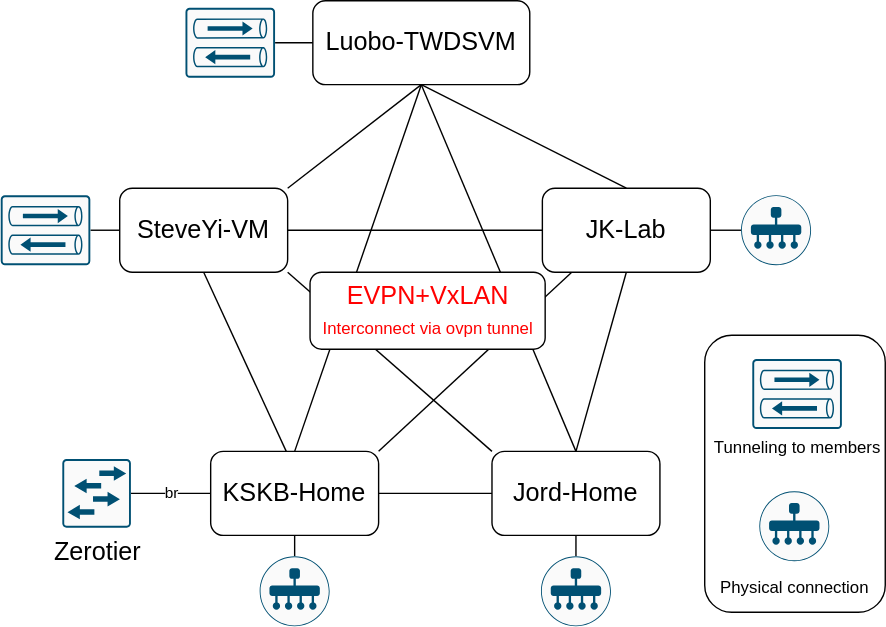
Before: static/files/topology.drawio.svg, a diagram exported from draw.io (PoemaIX/KSKB-IX). Source tidied: cells renumbered, new cells last; positions are measured from the earlier drawing's top-left corner, leaving out a move shared by most shapes.
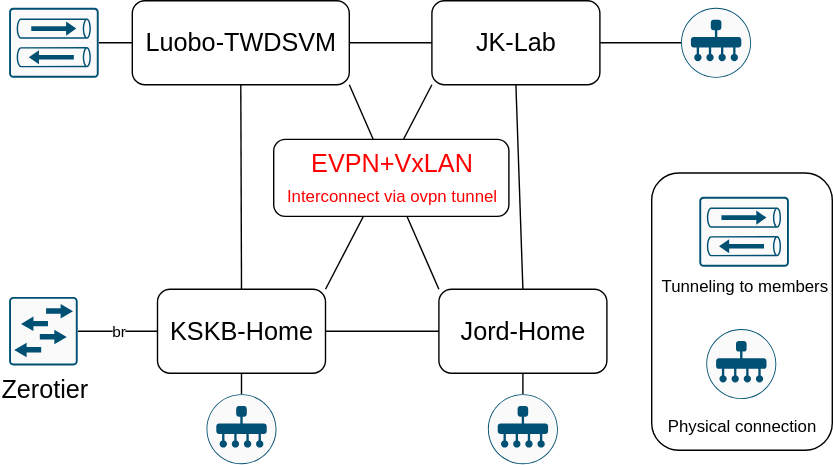
After the commit.

Change to the diagram source:
```diff
@@ -14,25 +14,8 @@
     <mxCell id="5" value="Zerotier" style="sketch=0;points=[[0.015,0.015,0],[0.985,0.015,0],[0.985,0.985,0],[0.015,0.985,0],[0.25,0,0],[0.5,0,0],[0.75,0,0],[1,0.25,0],[1,0.5,0],[1,0.75,0],[0.75,1,0],[0.5,1,0],[0.25,1,0],[0,0.75,0],[0,0.5,0],[0,0.25,0]];verticalLabelPosition=bottom;html=1;verticalAlign=top;align=center;shape=mxgraph.cisco19.rect;prIcon=l2_switch;fillColor=#FAFAFA;strokeColor=#005073;fontSize=18;" parent="1" vertex="1">
       <mxGeometry x="44" y="327.5" width="49" height="49" as="geometry" />
     </mxCell>
-    <mxCell id="6" style="rounded=0;jettySize=auto;html=1;exitX=1;exitY=0.5;exitDx=0;exitDy=0;entryX=0;entryY=0.5;entryDx=0;entryDy=0;endArrow=none;endFill=0;" parent="1" edge="1" source="10" target="20">
-      <mxGeometry relative="1" as="geometry" />
-    </mxCell>
-    <mxCell id="7" style="rounded=0;jettySize=auto;html=1;exitX=1;exitY=0;exitDx=0;exitDy=0;entryX=0.5;entryY=1;entryDx=0;entryDy=0;endArrow=none;endFill=0;" parent="1" edge="1" source="10" target="25">
-      <mxGeometry relative="1" as="geometry" />
-    </mxCell>
-    <mxCell id="8" style="edgeStyle=none;rounded=0;jettySize=auto;html=1;exitX=1;exitY=1;exitDx=0;exitDy=0;entryX=0;entryY=0;entryDx=0;entryDy=0;endArrow=none;endFill=0;" parent="1" edge="1" source="10" target="13">
-      <mxGeometry relative="1" as="geometry" />
-    </mxCell>
-    <mxCell id="9" style="edgeStyle=none;rounded=0;jettySize=auto;html=1;exitX=0.5;exitY=1;exitDx=0;exitDy=0;entryX=0.45;entryY=0;entryDx=0;entryDy=0;endArrow=none;endFill=0;entryPerimeter=0;" parent="1" edge="1" source="10" target="12">
-      <mxGeometry relative="1" as="geometry" />
-    </mxCell>
-    <mxCell id="10" value="SteveYi-VM" style="rounded=1;whiteSpace=wrap;html=1;labelBackgroundColor=default;fontSize=18;" parent="1" vertex="1">
-      <mxGeometry x="85" y="134" width="120" height="60" as="geometry" />
-    </mxCell>
-    <mxCell id="11" style="rounded=0;jettySize=auto;html=1;exitX=1;exitY=0;exitDx=0;exitDy=0;endArrow=none;endFill=0;" parent="1" edge="1" source="12">
-      <mxGeometry relative="1" as="geometry">
-        <mxPoint x="408" y="194" as="targetPoint" />
-      </mxGeometry>
+    <mxCell id="11" style="rounded=0;jettySize=auto;html=1;exitX=1;exitY=0;exitDx=0;exitDy=0;endArrow=none;endFill=0;entryX=0;entryY=1;entryDx=0;entryDy=0;" parent="1" edge="1" source="12" target="20">
+      <mxGeometry relative="1" as="geometry" />
     </mxCell>
     <mxCell id="12" value="KSKB-Home" style="rounded=1;whiteSpace=wrap;html=1;labelBackgroundColor=default;fontSize=18;" parent="1" vertex="1">
       <mxGeometry x="150" y="322" width="120" height="60" as="geometry" />
@@ -59,35 +42,29 @@
       <mxGeometry relative="1" as="geometry" />
     </mxCell>
     <mxCell id="20" value="JK-Lab" style="rounded=1;whiteSpace=wrap;html=1;labelBackgroundColor=default;fontSize=18;" parent="1" vertex="1">
-      <mxGeometry x="387" y="134" width="120" height="60" as="geometry" />
+      <mxGeometry x="346" y="116" width="120" height="60" as="geometry" />
     </mxCell>
     <mxCell id="21" style="sketch=0;points=[[0.5,0,0],[1,0.5,0],[0.5,1,0],[0,0.5,0],[0.145,0.145,0],[0.8555,0.145,0],[0.855,0.8555,0],[0.145,0.855,0]];verticalLabelPosition=bottom;html=1;verticalAlign=top;align=center;shape=mxgraph.cisco19.rect;prIcon=vmanage;fillColor=#FAFAFA;strokeColor=#005073;labelBackgroundColor=default;fontSize=18;" parent="1" vertex="1">
-      <mxGeometry x="529" y="139" width="50" height="50" as="geometry" />
+      <mxGeometry x="524" y="121" width="50" height="50" as="geometry" />
     </mxCell>
     <mxCell id="22" style="edgeStyle=none;rounded=0;jettySize=auto;html=1;exitX=0.5;exitY=1;exitDx=0;exitDy=0;entryX=0.5;entryY=0;entryDx=0;entryDy=0;endArrow=none;endFill=0;" parent="1" edge="1" source="25" target="12">
       <mxGeometry relative="1" as="geometry" />
     </mxCell>
-    <mxCell id="23" style="edgeStyle=none;rounded=0;jettySize=auto;html=1;exitX=0.5;exitY=1;exitDx=0;exitDy=0;entryX=0.5;entryY=0;entryDx=0;entryDy=0;endArrow=none;endFill=0;" parent="1" edge="1" source="25" target="13">
+    <mxCell id="23" style="edgeStyle=none;rounded=0;jettySize=auto;html=1;exitX=1;exitY=1;exitDx=0;exitDy=0;entryX=0;entryY=0;entryDx=0;entryDy=0;endArrow=none;endFill=0;" parent="1" edge="1" source="25" target="13">
       <mxGeometry relative="1" as="geometry" />
     </mxCell>
-    <mxCell id="24" style="edgeStyle=none;rounded=0;jettySize=auto;html=1;exitX=0.5;exitY=1;exitDx=0;exitDy=0;entryX=0.5;entryY=0;entryDx=0;entryDy=0;endArrow=none;endFill=0;" parent="1" edge="1" source="25" target="20">
+    <mxCell id="24" style="edgeStyle=none;rounded=0;jettySize=auto;html=1;exitX=1;exitY=0.5;exitDx=0;exitDy=0;endArrow=none;endFill=0;entryX=0;entryY=0.5;entryDx=0;entryDy=0;" parent="1" edge="1" source="25" target="20">
       <mxGeometry relative="1" as="geometry" />
     </mxCell>
     <mxCell id="25" value="Luobo-TWDSVM" style="rounded=1;whiteSpace=wrap;html=1;labelBackgroundColor=default;fontSize=18;" parent="1" vertex="1">
-      <mxGeometry x="223" width="155" height="60" as="geometry" />
+      <mxGeometry x="132" y="116" width="155" height="60" as="geometry" />
     </mxCell>
     <mxCell id="26" style="edgeStyle=none;rounded=0;jettySize=auto;html=1;exitX=1;exitY=0.5;exitDx=0;exitDy=0;exitPerimeter=0;entryX=0;entryY=0.5;entryDx=0;entryDy=0;endArrow=none;endFill=0;" parent="1" edge="1" source="27" target="25">
       <mxGeometry relative="1" as="geometry" />
     </mxCell>
     <mxCell id="27" style="sketch=0;points=[[0.015,0.015,0],[0.985,0.015,0],[0.985,0.985,0],[0.015,0.985,0],[0.25,0,0],[0.5,0,0],[0.75,0,0],[1,0.25,0],[1,0.5,0],[1,0.75,0],[0.75,1,0],[0.5,1,0],[0.25,1,0],[0,0.75,0],[0,0.5,0],[0,0.25,0]];verticalLabelPosition=bottom;html=1;verticalAlign=top;align=center;shape=mxgraph.cisco19.rect;prIcon=vpn_concentrator;fillColor=#FAFAFA;strokeColor=#005073;" parent="1" vertex="1">
-      <mxGeometry x="132" y="5" width="64" height="50" as="geometry" />
+      <mxGeometry x="44" y="121" width="64" height="50" as="geometry" />
     </mxCell>
-    <mxCell id="28" style="edgeStyle=none;rounded=0;jettySize=auto;html=1;endArrow=none;endFill=0;" parent="1" edge="1" source="29" target="10">
-      <mxGeometry relative="1" as="geometry" />
-    </mxCell>
-    <mxCell id="29" style="sketch=0;points=[[0.015,0.015,0],[0.985,0.015,0],[0.985,0.985,0],[0.015,0.985,0],[0.25,0,0],[0.5,0,0],[0.75,0,0],[1,0.25,0],[1,0.5,0],[1,0.75,0],[0.75,1,0],[0.5,1,0],[0.25,1,0],[0,0.75,0],[0,0.5,0],[0,0.25,0]];verticalLabelPosition=bottom;html=1;verticalAlign=top;align=center;shape=mxgraph.cisco19.rect;prIcon=vpn_concentrator;fillColor=#FAFAFA;strokeColor=#005073;" parent="1" vertex="1">
-      <mxGeometry y="139" width="64" height="50" as="geometry" />
-    </mxCell>
     <mxCell id="30" value="&lt;font style=&quot;font-size: 12px;&quot;&gt;Physical connection&lt;/font&gt;" style="sketch=0;verticalLabelPosition=bottom;html=1;verticalAlign=top;align=center;shape=mxgraph.cisco19.rect;prIcon=vmanage;fillColor=#FAFAFA;strokeColor=#005073;labelBackgroundColor=default;fontSize=18;" parent="1" vertex="1">
       <mxGeometry x="542" y="350.5" width="50" height="50" as="geometry" />
     </mxCell>
@@ -95,7 +72,7 @@
       <mxGeometry x="537" y="256" width="64" height="50" as="geometry" />
     </mxCell>
     <mxCell id="32" value="&lt;font color=&quot;#ff0000&quot;&gt;EVPN+VxLAN&lt;br&gt;&lt;font style=&quot;font-size: 12px;&quot;&gt;Interconnect via ovpn tunnel&lt;/font&gt;&lt;/font&gt;" style="text;align=center;verticalAlign=middle;fontSize=18;rounded=1;labelBackgroundColor=none;glass=0;shadow=0;labelBorderColor=none;html=1;fillColor=default;strokeColor=default;" parent="1" vertex="1">
-      <mxGeometry x="221" y="194" width="168" height="55" as="geometry" />
+      <mxGeometry x="233" y="215" width="168" height="55" as="geometry" />
     </mxCell>
   </root>
 </mxGraphModel>
```
